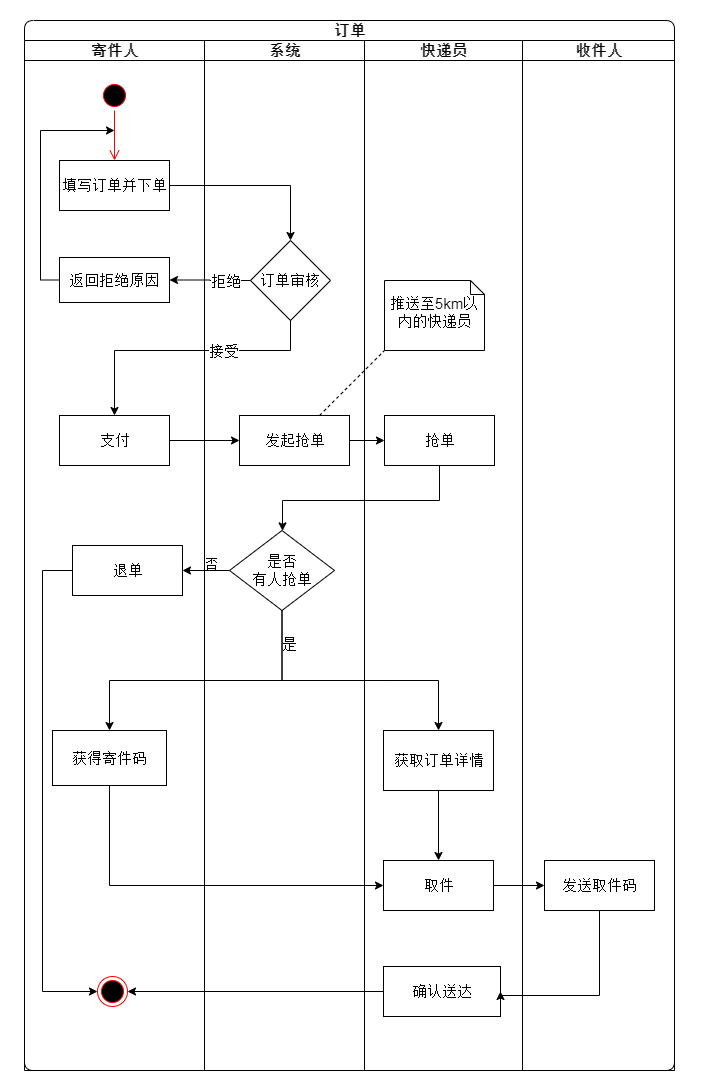
The draw.io diagram final/img/pool.drawio.png in an-Onion/architect-camp, before a commit. Source tidied: cells renumbered, new cells last; positions are measured from the earlier drawing's top-left corner, leaving out a move shared by most shapes. Source of this version:
```xml
<mxGraphModel>
  <root>
    <mxCell id="0" />
    <mxCell id="1" parent="0" />
    <mxCell id="2" style="rounded=0;whiteSpace=wrap;html=1;strokeColor=none;" parent="1" vertex="1">
      <mxGeometry width="700" height="1090" as="geometry" />
    </mxCell>
    <mxCell id="3" value="订单" style="swimlane;html=1;startSize=20;align=center;verticalAlign=middle;shadow=0;glass=0;rounded=1;swimlaneLine=0;comic=0;fontSize=15;" parent="1" vertex="1">
      <mxGeometry x="24" y="20" width="650" height="1050" as="geometry" />
    </mxCell>
    <mxCell id="4" value="寄件人" style="swimlane;html=1;startSize=20;fontSize=15;" parent="3" vertex="1">
      <mxGeometry y="20" width="180" height="1030" as="geometry" />
    </mxCell>
    <mxCell id="5" style="edgeStyle=orthogonalEdgeStyle;html=1;verticalAlign=bottom;endArrow=open;endSize=8;strokeColor=#ff0000;entryX=0.5;entryY=0;entryDx=0;entryDy=0;fontSize=15;" parent="4" edge="1" source="6" target="9">
      <mxGeometry relative="1" as="geometry" />
    </mxCell>
    <mxCell id="6" style="ellipse;html=1;shape=startState;fillColor=#000000;strokeColor=#ff0000;fontSize=15;" parent="4" vertex="1">
      <mxGeometry x="75" y="40" width="30" height="30" as="geometry" />
    </mxCell>
    <mxCell id="7" value="支付" style="html=1;fontSize=15;" parent="4" vertex="1">
      <mxGeometry x="35" y="375" width="110" height="50" as="geometry" />
    </mxCell>
    <mxCell id="8" value="返回拒绝原因" style="rounded=0;whiteSpace=wrap;html=1;shadow=0;glass=0;comic=0;align=center;fontSize=15;" parent="4" vertex="1">
      <mxGeometry x="35" y="217" width="110" height="45" as="geometry" />
    </mxCell>
    <mxCell id="9" value="填写订单并下单" style="html=1;fontSize=15;" parent="4" vertex="1">
      <mxGeometry x="35" y="120" width="110" height="50" as="geometry" />
    </mxCell>
    <mxCell id="10" value="获得寄件码" style="rounded=0;whiteSpace=wrap;html=1;shadow=0;glass=0;comic=0;align=center;fontSize=15;" parent="4" vertex="1">
      <mxGeometry x="28" y="690" width="114" height="55" as="geometry" />
    </mxCell>
    <mxCell id="11" style="edgeStyle=orthogonalEdgeStyle;rounded=0;jettySize=auto;html=1;entryX=0;entryY=0.5;entryDx=0;entryDy=0;exitX=0;exitY=0.5;exitDx=0;exitDy=0;" parent="4" edge="1" source="12" target="13">
      <mxGeometry relative="1" as="geometry">
        <Array as="points">
          <mxPoint x="58" y="530" />
          <mxPoint x="18" y="530" />
          <mxPoint x="18" y="935" />
        </Array>
      </mxGeometry>
    </mxCell>
    <mxCell id="12" value="退单" style="html=1;fontSize=15;" parent="4" vertex="1">
      <mxGeometry x="48" y="505" width="110" height="50" as="geometry" />
    </mxCell>
    <mxCell id="13" style="ellipse;html=1;shape=endState;fillColor=#000000;strokeColor=#ff0000;rounded=0;shadow=0;glass=0;comic=0;align=center;fontSize=15;" parent="4" vertex="1">
      <mxGeometry x="73" y="936" width="30" height="30" as="geometry" />
    </mxCell>
    <mxCell id="14" value="系统" style="swimlane;html=1;startSize=20;fontSize=15;" parent="3" vertex="1">
      <mxGeometry x="180" y="20" width="160" height="1030" as="geometry" />
    </mxCell>
    <mxCell id="15" value="否" style="text;html=1;strokeColor=none;fillColor=none;align=center;verticalAlign=middle;whiteSpace=wrap;rounded=0;" parent="14" vertex="1">
      <mxGeometry x="-12" y="513" width="40" height="20" as="geometry" />
    </mxCell>
    <mxCell id="16" value="是否&lt;br style=&quot;font-size: 15px&quot;&gt;有人抢单" style="rhombus;whiteSpace=wrap;html=1;rounded=0;shadow=0;glass=0;comic=0;align=center;fontSize=15;" parent="14" vertex="1">
      <mxGeometry x="25" y="490" width="105" height="80" as="geometry" />
    </mxCell>
    <mxCell id="17" value="订单审核" style="rhombus;whiteSpace=wrap;html=1;rounded=0;shadow=0;glass=0;comic=0;align=center;fontSize=15;" parent="14" vertex="1">
      <mxGeometry x="46" y="200" width="80" height="80" as="geometry" />
    </mxCell>
    <mxCell id="18" value="发起抢单" style="html=1;fontSize=15;" parent="14" vertex="1">
      <mxGeometry x="35" y="375" width="110" height="50" as="geometry" />
    </mxCell>
    <mxCell id="19" value="是" style="text;html=1;align=center;verticalAlign=middle;fontSize=15;" parent="14" vertex="1">
      <mxGeometry x="70" y="594" width="30" height="20" as="geometry" />
    </mxCell>
    <mxCell id="20" style="edgeStyle=orthogonalEdgeStyle;rounded=0;jettySize=auto;html=1;entryX=0;entryY=0.5;entryDx=0;entryDy=0;fontSize=15;" parent="3" edge="1" source="7" target="18">
      <mxGeometry relative="1" as="geometry" />
    </mxCell>
    <mxCell id="21" style="edgeStyle=orthogonalEdgeStyle;rounded=0;jettySize=auto;html=1;entryX=0;entryY=0.5;entryDx=0;entryDy=0;fontSize=15;" parent="3" edge="1" source="18" target="30">
      <mxGeometry relative="1" as="geometry" />
    </mxCell>
    <mxCell id="22" style="edgeStyle=orthogonalEdgeStyle;rounded=0;jettySize=auto;html=1;entryX=0.5;entryY=0;entryDx=0;entryDy=0;fontSize=15;" parent="3" edge="1" source="9" target="17">
      <mxGeometry relative="1" as="geometry" />
    </mxCell>
    <mxCell id="23" style="edgeStyle=orthogonalEdgeStyle;rounded=0;jettySize=auto;html=1;entryX=1;entryY=0.5;entryDx=0;entryDy=0;fontSize=15;" parent="3" edge="1" source="17" target="8">
      <mxGeometry relative="1" as="geometry" />
    </mxCell>
    <mxCell id="24" value="拒绝" style="edgeLabel;html=1;align=center;verticalAlign=middle;fontSize=15;" parent="23" vertex="1">
      <mxGeometry x="-0.44" y="-1" relative="1" as="geometry">
        <mxPoint x="-3" y="1" as="offset" />
      </mxGeometry>
    </mxCell>
    <mxCell id="25" style="endArrow=none;dashed=1;html=1;entryX=0;entryY=1;entryDx=0;entryDy=0;entryPerimeter=0;fontSize=15;" parent="3" edge="1" source="18" target="29">
      <mxGeometry relative="1" as="geometry" />
    </mxCell>
    <mxCell id="26" style="edgeStyle=orthogonalEdgeStyle;rounded=0;jettySize=auto;html=1;fontSize=15;" parent="3" edge="1" source="30" target="16">
      <mxGeometry relative="1" as="geometry">
        <Array as="points">
          <mxPoint x="415" y="480" />
          <mxPoint x="258" y="480" />
        </Array>
      </mxGeometry>
    </mxCell>
    <mxCell id="27" value="快递员" style="swimlane;html=1;startSize=20;verticalAlign=middle;fontSize=15;" parent="3" vertex="1">
      <mxGeometry x="340" y="20" width="158" height="1030" as="geometry" />
    </mxCell>
    <mxCell id="28" style="edgeStyle=orthogonalEdgeStyle;rounded=0;jettySize=auto;html=1;fontSize=15;" parent="27" edge="1" source="31" target="32">
      <mxGeometry relative="1" as="geometry" />
    </mxCell>
    <mxCell id="29" value="推送至5km以内的快递员" style="shape=note;whiteSpace=wrap;html=1;size=14;verticalAlign=middle;align=center;spacingTop=-6;comic=0;fontSize=15;" parent="27" vertex="1">
      <mxGeometry x="20" y="240" width="100" height="70" as="geometry" />
    </mxCell>
    <mxCell id="30" value="抢单" style="html=1;fontSize=15;" parent="27" vertex="1">
      <mxGeometry x="20" y="375" width="110" height="50" as="geometry" />
    </mxCell>
    <mxCell id="31" value="获取订单详情" style="html=1;fontSize=15;" parent="27" vertex="1">
      <mxGeometry x="19" y="690" width="110" height="60" as="geometry" />
    </mxCell>
    <mxCell id="32" value="取件" style="html=1;fontSize=15;" parent="27" vertex="1">
      <mxGeometry x="19" y="820" width="110" height="50" as="geometry" />
    </mxCell>
    <mxCell id="33" value="确认送达" style="rounded=0;whiteSpace=wrap;html=1;shadow=0;glass=0;comic=0;fontSize=15;align=center;" parent="27" vertex="1">
      <mxGeometry x="19" y="926" width="117" height="50" as="geometry" />
    </mxCell>
    <mxCell id="34" style="edgeStyle=orthogonalEdgeStyle;rounded=0;jettySize=auto;html=1;exitX=0.5;exitY=1;exitDx=0;exitDy=0;fontSize=15;" parent="3" edge="1" source="16" target="31">
      <mxGeometry relative="1" as="geometry">
        <Array as="points">
          <mxPoint x="365" y="660" />
          <mxPoint x="525" y="660" />
        </Array>
      </mxGeometry>
    </mxCell>
    <mxCell id="35" style="edgeStyle=orthogonalEdgeStyle;rounded=0;jettySize=auto;html=1;entryX=0.5;entryY=0;entryDx=0;entryDy=0;fontSize=15;" parent="3" edge="1" source="17" target="7">
      <mxGeometry relative="1" as="geometry">
        <Array as="points">
          <mxPoint x="266" y="330" />
          <mxPoint x="90" y="330" />
        </Array>
      </mxGeometry>
    </mxCell>
    <mxCell id="36" value="接受" style="edgeLabel;html=1;align=center;verticalAlign=middle;fontSize=15;" parent="35" vertex="1">
      <mxGeometry x="0.06" y="-4" relative="1" as="geometry">
        <mxPoint x="45" y="4" as="offset" />
      </mxGeometry>
    </mxCell>
    <mxCell id="37" style="edgeStyle=orthogonalEdgeStyle;rounded=0;jettySize=auto;html=1;fontSize=15;" parent="3" edge="1" source="16" target="10">
      <mxGeometry relative="1" as="geometry">
        <Array as="points">
          <mxPoint x="365" y="660" />
          <mxPoint x="213" y="660" />
        </Array>
      </mxGeometry>
    </mxCell>
    <mxCell id="38" style="edgeStyle=orthogonalEdgeStyle;rounded=0;jettySize=auto;html=1;entryX=0;entryY=0.5;entryDx=0;entryDy=0;fontSize=15;" parent="3" edge="1" source="10" target="32">
      <mxGeometry relative="1" as="geometry">
        <Array as="points">
          <mxPoint x="85" y="865" />
        </Array>
      </mxGeometry>
    </mxCell>
    <mxCell id="39" value="收件人" style="swimlane;html=1;startSize=20;verticalAlign=middle;fontSize=15;" parent="3" vertex="1">
      <mxGeometry x="498" y="20" width="152" height="1030" as="geometry" />
    </mxCell>
    <mxCell id="40" value="发送取件码" style="html=1;fontSize=15;" parent="39" vertex="1">
      <mxGeometry x="22" y="820" width="110" height="50" as="geometry" />
    </mxCell>
    <mxCell id="41" style="edgeStyle=orthogonalEdgeStyle;rounded=0;jettySize=auto;html=1;entryX=0;entryY=0.5;entryDx=0;entryDy=0;" parent="3" edge="1" source="32" target="40">
      <mxGeometry relative="1" as="geometry" />
    </mxCell>
    <mxCell id="42" style="edgeStyle=orthogonalEdgeStyle;rounded=0;jettySize=auto;html=1;entryX=1;entryY=0.5;entryDx=0;entryDy=0;" parent="3" edge="1" source="33" target="13">
      <mxGeometry relative="1" as="geometry" />
    </mxCell>
    <mxCell id="43" style="edgeStyle=orthogonalEdgeStyle;rounded=0;jettySize=auto;html=1;entryX=1;entryY=0.5;entryDx=0;entryDy=0;" parent="3" edge="1" source="16" target="12">
      <mxGeometry relative="1" as="geometry" />
    </mxCell>
    <mxCell id="44" style="edgeStyle=orthogonalEdgeStyle;rounded=0;jettySize=auto;html=1;entryX=1;entryY=0.5;entryDx=0;entryDy=0;" parent="3" edge="1" source="40" target="33">
      <mxGeometry relative="1" as="geometry">
        <Array as="points">
          <mxPoint x="575" y="975" />
        </Array>
      </mxGeometry>
    </mxCell>
    <mxCell id="45" style="edgeStyle=orthogonalEdgeStyle;rounded=0;jettySize=auto;html=1;" parent="1" edge="1" source="8">
      <mxGeometry relative="1" as="geometry">
        <mxPoint x="114" y="130" as="targetPoint" />
        <Array as="points">
          <mxPoint x="40" y="280" />
          <mxPoint x="40" y="130" />
        </Array>
      </mxGeometry>
    </mxCell>
  </root>
</mxGraphModel>
```
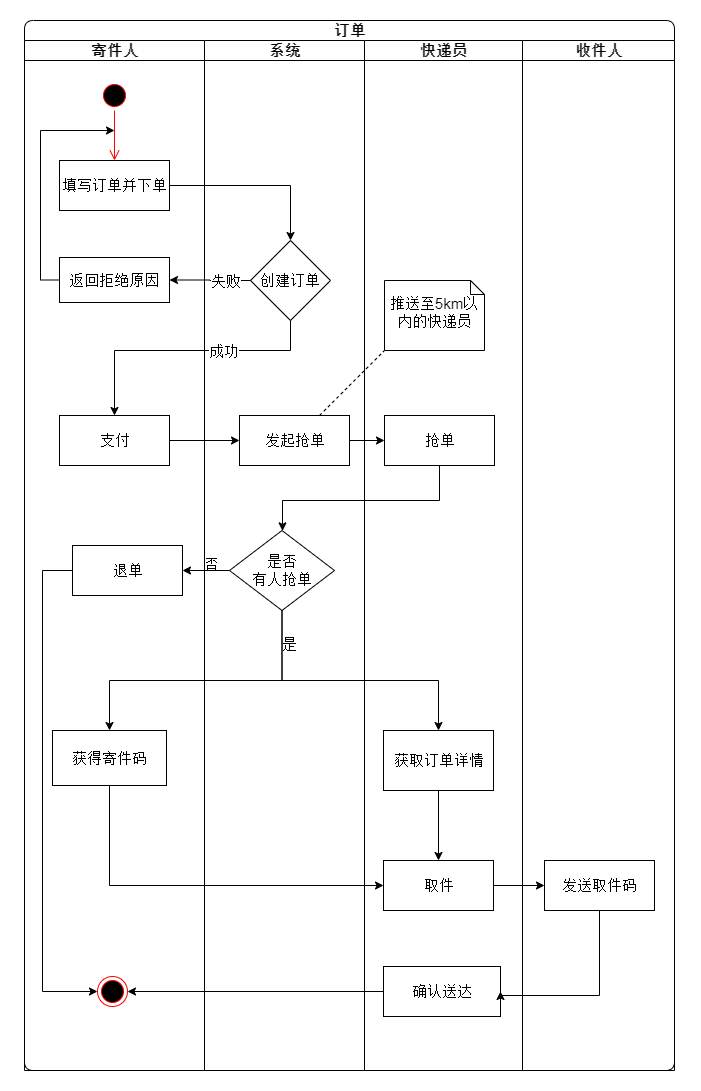
The same diagram one commit later.

What changed in the source:
```diff
@@ -53,7 +53,7 @@
     <mxCell id="16" value="是否&lt;br style=&quot;font-size: 15px&quot;&gt;有人抢单" style="rhombus;whiteSpace=wrap;html=1;rounded=0;shadow=0;glass=0;comic=0;align=center;fontSize=15;" parent="14" vertex="1">
       <mxGeometry x="25" y="490" width="105" height="80" as="geometry" />
     </mxCell>
-    <mxCell id="17" value="订单审核" style="rhombus;whiteSpace=wrap;html=1;rounded=0;shadow=0;glass=0;comic=0;align=center;fontSize=15;" parent="14" vertex="1">
+    <mxCell id="17" value="创建订单" style="rhombus;whiteSpace=wrap;html=1;rounded=0;shadow=0;glass=0;comic=0;align=center;fontSize=15;" parent="14" vertex="1">
       <mxGeometry x="46" y="200" width="80" height="80" as="geometry" />
     </mxCell>
     <mxCell id="18" value="发起抢单" style="html=1;fontSize=15;" parent="14" vertex="1">
@@ -74,7 +74,7 @@
     <mxCell id="23" style="edgeStyle=orthogonalEdgeStyle;rounded=0;jettySize=auto;html=1;entryX=1;entryY=0.5;entryDx=0;entryDy=0;fontSize=15;" parent="3" edge="1" source="17" target="8">
       <mxGeometry relative="1" as="geometry" />
     </mxCell>
-    <mxCell id="24" value="拒绝" style="edgeLabel;html=1;align=center;verticalAlign=middle;fontSize=15;" parent="23" vertex="1">
+    <mxCell id="24" value="失败" style="edgeLabel;html=1;align=center;verticalAlign=middle;fontSize=15;" parent="23" vertex="1">
       <mxGeometry x="-0.44" y="-1" relative="1" as="geometry">
         <mxPoint x="-3" y="1" as="offset" />
       </mxGeometry>
@@ -127,7 +127,7 @@
         </Array>
       </mxGeometry>
     </mxCell>
-    <mxCell id="36" value="接受" style="edgeLabel;html=1;align=center;verticalAlign=middle;fontSize=15;" parent="35" vertex="1">
+    <mxCell id="36" value="成功" style="edgeLabel;html=1;align=center;verticalAlign=middle;fontSize=15;" parent="35" vertex="1">
       <mxGeometry x="0.06" y="-4" relative="1" as="geometry">
         <mxPoint x="45" y="4" as="offset" />
       </mxGeometry>
```
